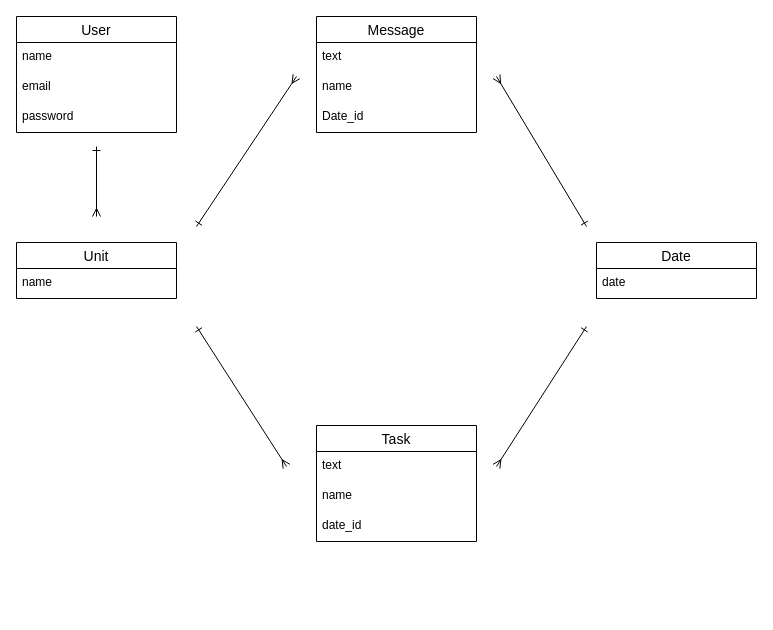
This is moushiokuri.dio from fukumochi-0110/moushiokuri, a draw.io file, before an edit. Source tidied: cells renumbered, new cells numbered last; positions are measured from the earlier drawing's top-left corner, leaving out a move shared by most shapes. Both pictures are drawn from the tidied source at 100%, with x=0, y=0 at pixel (16, 16).
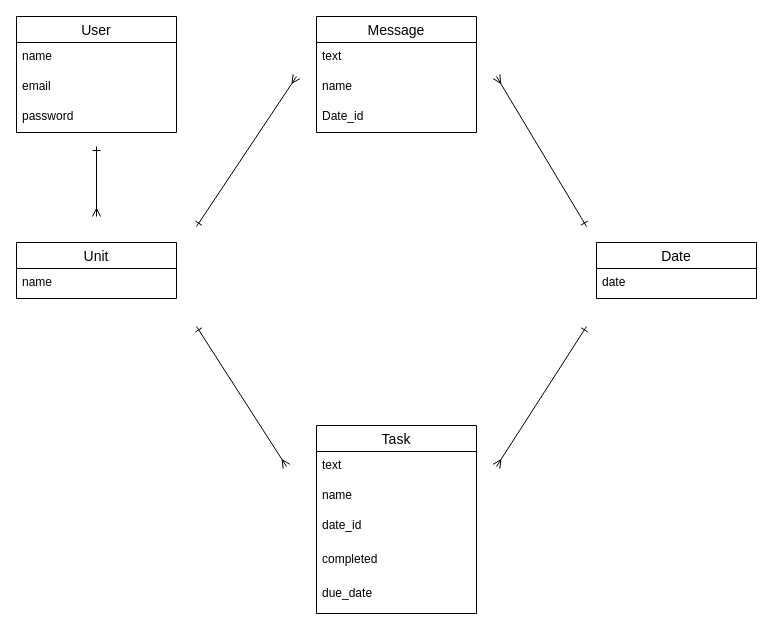
Above is the later version.

Diff of the diagram source:
```diff
@@
     <mxCell id="10" value="Task" style="swimlane;fontStyle=0;horizontal=1;startSize=26;align=center;fontSize=14;" parent="1" vertex="1">
-      <mxGeometry x="300" y="409" width="160" height="116" as="geometry" />
+      <mxGeometry x="300" y="409" width="160" height="188" as="geometry" />
     </mxCell>
@@
+    <mxCell id="23" value="date_id" style="text;strokeColor=none;fillColor=none;spacingLeft=4;spacingRight=4;overflow=hidden;fontSize=12;" parent="10" vertex="1">
+      <mxGeometry y="86" width="160" height="34" as="geometry" />
+    </mxCell>
-    <mxCell id="13" value="date_id" style="text;strokeColor=none;fillColor=none;spacingLeft=4;spacingRight=4;overflow=hidden;fontSize=12;" parent="10" vertex="1">
-      <mxGeometry y="86" width="160" height="30" as="geometry" />
+    <mxCell id="13" value="completed" style="text;strokeColor=none;fillColor=none;spacingLeft=4;spacingRight=4;overflow=hidden;fontSize=12;" parent="10" vertex="1">
+      <mxGeometry y="120" width="160" height="34" as="geometry" />
     </mxCell>
+    <mxCell id="24" value="due_date" style="text;strokeColor=none;fillColor=none;spacingLeft=4;spacingRight=4;overflow=hidden;fontSize=12;" parent="10" vertex="1">
+      <mxGeometry y="154" width="160" height="34" as="geometry" />
+    </mxCell>
```
